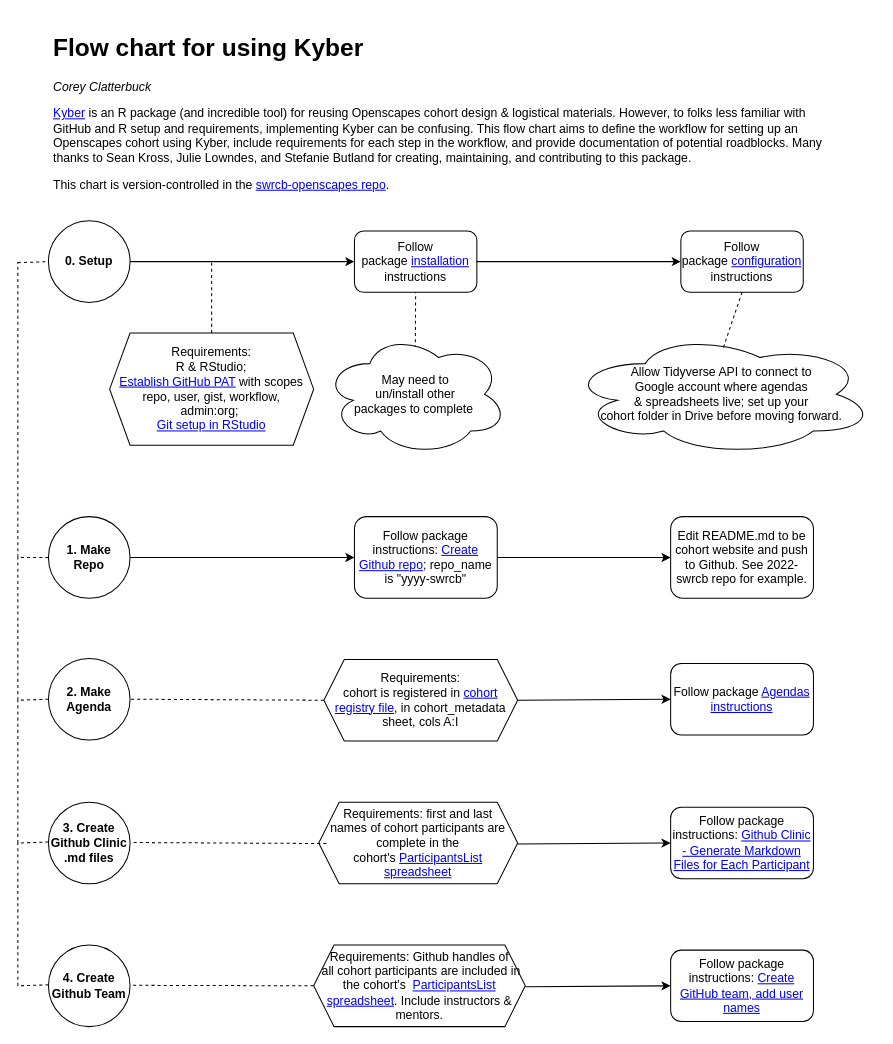
Above: images/KyberFlow.drawio in CAWaterBoardDataCenter/swrcb-openscapes (draw.io), before the change. Source tidied: cells renumbered, new cells numbered last; positions are measured from the earlier drawing's top-left corner, leaving out a move shared by most shapes. Both pictures are drawn from the tidied source at 102%, with x=0, y=0 at pixel (17, 28).
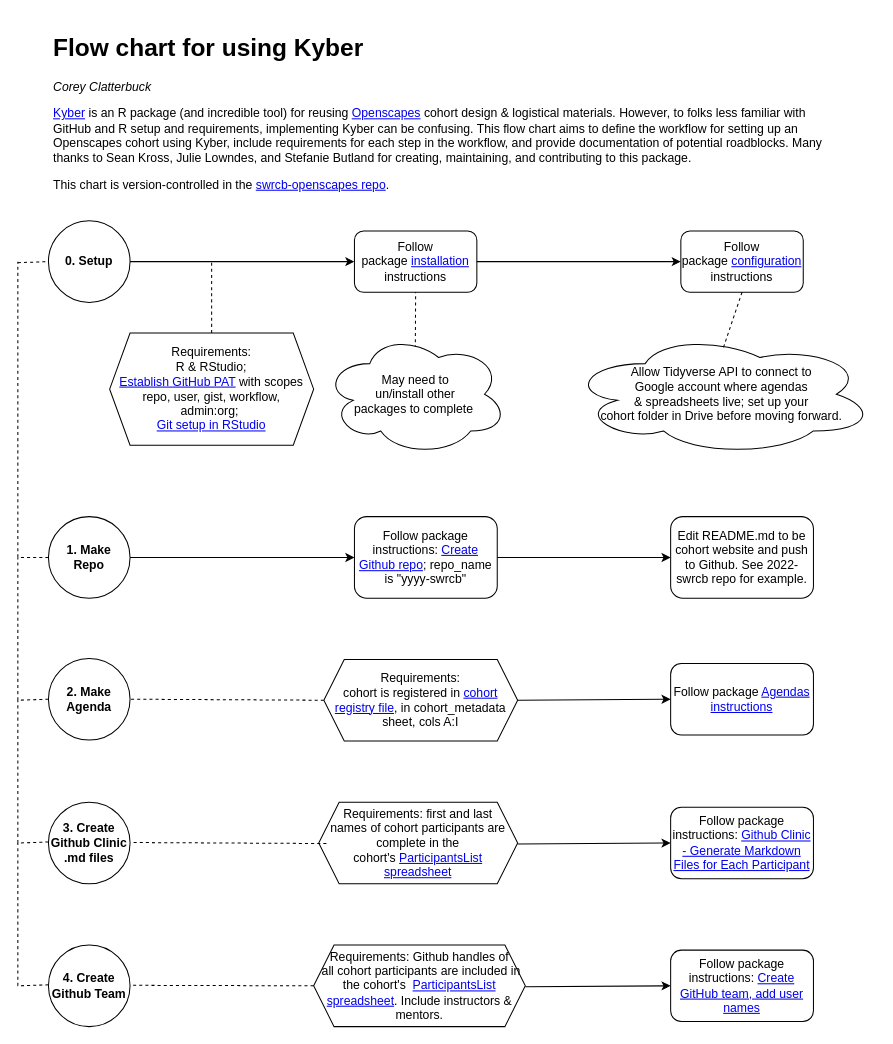
The same page after the edit.

Commit message:
Add link to Openscapes Approach Guide

The edit, as a diff of the source:
```diff
@@
-    <mxCell id="37" value="&lt;h1&gt;Flow chart for using Kyber&lt;/h1&gt;&lt;p&gt;&lt;i&gt;Corey Clatterbuck&lt;/i&gt;&lt;/p&gt;&lt;p&gt;&lt;a href=&quot;https://github.com/Openscapes/kyber&quot;&gt;Kyber&lt;/a&gt; is an R package (and incredible tool) for reusing Openscapes cohort design &amp;amp; logistical materials. However, to folks less familiar with GitHub and R setup and requirements, implementing Kyber can be confusing. This flow chart aims to define the workflow for setting up an Openscapes cohort using Kyber, include requirements for each step in the workflow, and provide documentation of potential roadblocks. Many thanks to Sean Kross, Julie Lowndes, and Stefanie Butland for creating, maintaining, and contributing to this package.&amp;nbsp;&lt;/p&gt;&lt;p&gt;This chart is version-controlled in the &lt;a href=&quot;https://github.com/CAWaterBoardDataCenter/swrcb-openscapes&quot;&gt;swrcb-openscapes repo&lt;/a&gt;.&lt;/p&gt;" style="text;html=1;strokeColor=none;fillColor=none;spacing=5;spacingTop=-20;whiteSpace=wrap;overflow=hidden;rounded=0;" parent="1" vertex="1">
+    <mxCell id="37" value="&lt;h1&gt;Flow chart for using Kyber&lt;/h1&gt;&lt;p&gt;&lt;i&gt;Corey Clatterbuck&lt;/i&gt;&lt;/p&gt;&lt;p&gt;&lt;a href=&quot;https://github.com/Openscapes/kyber&quot;&gt;Kyber&lt;/a&gt; is an R package (and incredible tool) for reusing &lt;a href=&quot;https://openscapes.github.io/approach-guide/&quot;&gt;Openscapes&lt;/a&gt;&amp;nbsp;cohort design &amp;amp; logistical materials. However, to folks less familiar with GitHub and R setup and requirements, implementing Kyber can be confusing. This flow chart aims to define the workflow for setting up an Openscapes cohort using Kyber, include requirements for each step in the workflow, and provide documentation of potential roadblocks. Many thanks to Sean Kross, Julie Lowndes, and Stefanie Butland for creating, maintaining, and contributing to this package.&amp;nbsp;&lt;/p&gt;&lt;p&gt;This chart is version-controlled in the &lt;a href=&quot;https://github.com/CAWaterBoardDataCenter/swrcb-openscapes&quot;&gt;swrcb-openscapes repo&lt;/a&gt;.&lt;/p&gt;" style="text;html=1;strokeColor=none;fillColor=none;spacing=5;spacingTop=-20;whiteSpace=wrap;overflow=hidden;rounded=0;" parent="1" vertex="1">
       <mxGeometry x="30" width="770" height="170" as="geometry" />
     </mxCell>
```
